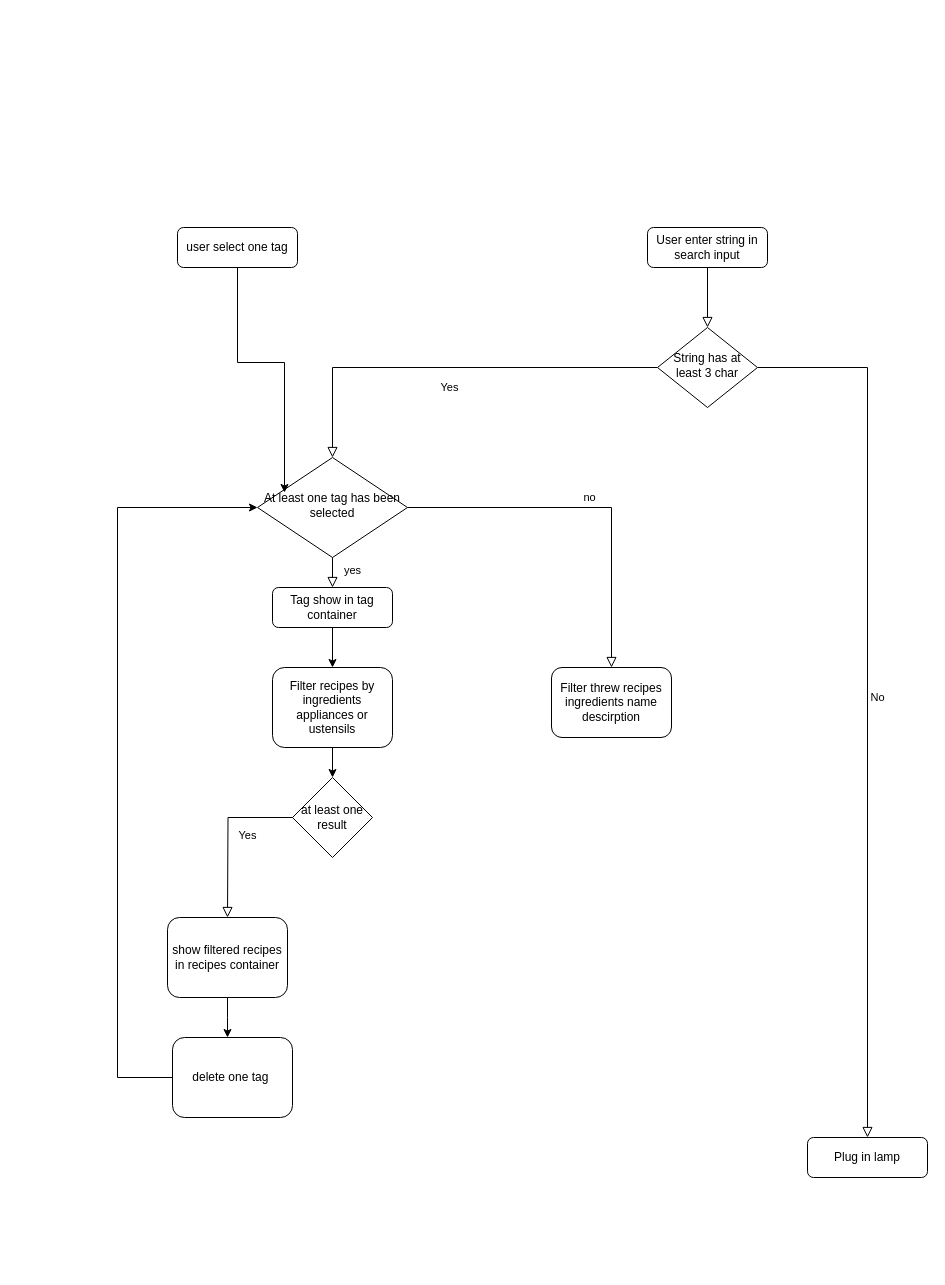
The draw.io diagram algo.drawio in alexandretoullec/Petits_Plats_P7, before the edit. Source tidied: cells renumbered, new cells numbered last; positions are measured from the earlier drawing's top-left corner, leaving out a move shared by most shapes. Both pictures are drawn from the tidied source at 100%, with x=0, y=0 at pixel (117, 227).
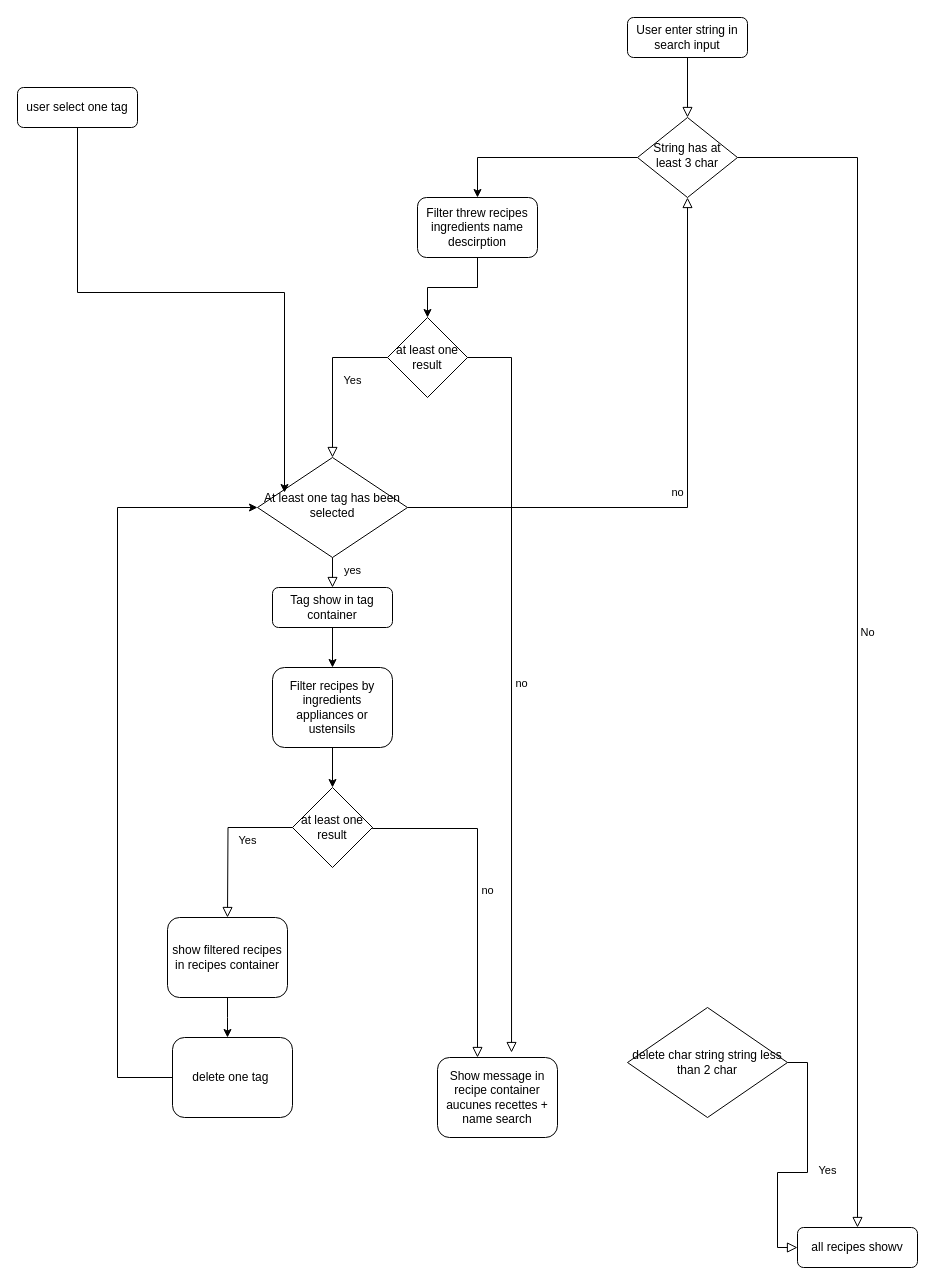
After the change.

Commit message (it also covers changes not shown here):
Mettre à jour algo.drawio

Unchanged cells that the change refers to:
```xml
<mxCell id="10" value="At least one tag has been selected" style="rhombus;whiteSpace=wrap;html=1;shadow=0;fontFamily=Helvetica;fontSize=12;align=center;strokeWidth=1;spacing=6;spacingTop=-4;" parent="1" vertex="1">
  <mxGeometry x="140" y="230" width="150" height="100" as="geometry" />
</mxCell>
```

Diff of the diagram source:
```diff
@@
     <mxCell id="3" value="User enter string in search input" style="rounded=1;whiteSpace=wrap;html=1;fontSize=12;glass=0;strokeWidth=1;shadow=0;" parent="1" vertex="1">
-      <mxGeometry x="530" width="120" height="40" as="geometry" />
+      <mxGeometry x="510" y="-210" width="120" height="40" as="geometry" />
     </mxCell>
-    <mxCell id="4" value="Yes" style="rounded=0;html=1;jettySize=auto;fontSize=11;endArrow=block;endFill=0;endSize=8;strokeWidth=1;shadow=0;labelBackgroundColor=none;edgeStyle=orthogonalEdgeStyle;" parent="1" edge="1" source="6" target="10">
-      <mxGeometry y="20" relative="1" as="geometry" />
-    </mxCell>
@@
+    <mxCell id="24" style="edgeStyle=orthogonalEdgeStyle;rounded=0;jettySize=auto;html=1;entryX=0.5;entryY=0;entryDx=0;entryDy=0;" parent="1" edge="1" source="6" target="13">
+      <mxGeometry relative="1" as="geometry" />
+    </mxCell>
     <mxCell id="6" value="String has at least 3 char" style="rhombus;whiteSpace=wrap;html=1;shadow=0;fontFamily=Helvetica;fontSize=12;align=center;strokeWidth=1;spacing=6;spacingTop=-4;" parent="1" vertex="1">
-      <mxGeometry x="540" y="100" width="100" height="80" as="geometry" />
+      <mxGeometry x="520" y="-110" width="100" height="80" as="geometry" />
     </mxCell>
-    <mxCell id="7" value="Plug in lamp" style="rounded=1;whiteSpace=wrap;html=1;fontSize=12;glass=0;strokeWidth=1;shadow=0;" parent="1" vertex="1">
-      <mxGeometry x="690" y="910" width="120" height="40" as="geometry" />
+    <mxCell id="7" value="all recipes showv" style="rounded=1;whiteSpace=wrap;html=1;fontSize=12;glass=0;strokeWidth=1;shadow=0;" parent="1" vertex="1">
+      <mxGeometry x="680" y="1000" width="120" height="40" as="geometry" />
     </mxCell>
@@
-    <mxCell id="9" value="no" style="edgeStyle=orthogonalEdgeStyle;rounded=0;html=1;jettySize=auto;fontSize=11;endArrow=block;endFill=0;endSize=8;strokeWidth=1;shadow=0;labelBackgroundColor=none;" parent="1" edge="1" source="10" target="13">
+    <mxCell id="9" value="no" style="edgeStyle=orthogonalEdgeStyle;rounded=0;html=1;jettySize=auto;fontSize=11;endArrow=block;endFill=0;endSize=8;strokeWidth=1;shadow=0;labelBackgroundColor=none;entryX=0.5;entryY=1;entryDx=0;entryDy=0;" parent="1" edge="1" source="10" target="6">
       <mxGeometry y="10" relative="1" as="geometry" />
     </mxCell>
@@
-    <mxCell id="13" value="Filter threw recipes ingredients name descirption" style="rounded=1;whiteSpace=wrap;html=1;fontSize=12;glass=0;strokeWidth=1;shadow=0;" parent="1" vertex="1">
-      <mxGeometry x="434" y="440" width="120" height="70" as="geometry" />
-    </mxCell>
@@
     <mxCell id="15" value="user select one tag" style="rounded=1;whiteSpace=wrap;html=1;fontSize=12;glass=0;strokeWidth=1;shadow=0;" parent="1" vertex="1">
-      <mxGeometry x="60" width="120" height="40" as="geometry" />
+      <mxGeometry x="-100" y="-140" width="120" height="40" as="geometry" />
     </mxCell>
@@
     <mxCell id="18" value="at least one result" style="rhombus;whiteSpace=wrap;html=1;" parent="1" vertex="1">
-      <mxGeometry x="175" y="550" width="80" height="80" as="geometry" />
+      <mxGeometry x="175" y="560" width="80" height="80" as="geometry" />
     </mxCell>
@@
+    <mxCell id="25" value="no" style="edgeStyle=orthogonalEdgeStyle;rounded=0;html=1;jettySize=auto;fontSize=11;endArrow=block;endFill=0;endSize=8;strokeWidth=1;shadow=0;labelBackgroundColor=none;" parent="1" edge="1" target="26">
+      <mxGeometry y="10" relative="1" as="geometry">
+        <mxPoint x="255" y="600" as="sourcePoint" />
+        <Array as="points">
+          <mxPoint x="255" y="601" />
+          <mxPoint x="360" y="601" />
+        </Array>
+      </mxGeometry>
+    </mxCell>
+    <mxCell id="26" value="Show message in recipe container aucunes recettes + name search" style="rounded=1;whiteSpace=wrap;html=1;fontSize=12;glass=0;strokeWidth=1;shadow=0;" parent="1" vertex="1">
+      <mxGeometry x="320" y="830" width="120" height="80" as="geometry" />
+    </mxCell>
+    <mxCell id="27" value="delete char string string less than 2 char" style="rhombus;whiteSpace=wrap;html=1;" parent="1" vertex="1">
+      <mxGeometry x="510" y="780" width="160" height="110" as="geometry" />
+    </mxCell>
+    <mxCell id="28" value="Yes" style="rounded=0;html=1;jettySize=auto;fontSize=11;endArrow=block;endFill=0;endSize=8;strokeWidth=1;shadow=0;labelBackgroundColor=none;edgeStyle=orthogonalEdgeStyle;exitX=1;exitY=0.5;exitDx=0;exitDy=0;entryX=0;entryY=0.5;entryDx=0;entryDy=0;" parent="1" edge="1" source="27" target="7">
+      <mxGeometry y="20" relative="1" as="geometry" />
+    </mxCell>
+    <mxCell id="29" style="edgeStyle=orthogonalEdgeStyle;rounded=0;jettySize=auto;html=1;entryX=0.5;entryY=0;entryDx=0;entryDy=0;" parent="1" edge="1" source="13" target="30">
+      <mxGeometry relative="1" as="geometry" />
+    </mxCell>
+    <mxCell id="13" value="Filter threw recipes ingredients name descirption" style="rounded=1;whiteSpace=wrap;html=1;fontSize=12;glass=0;strokeWidth=1;shadow=0;" parent="1" vertex="1">
+      <mxGeometry x="300" y="-30" width="120" height="60" as="geometry" />
+    </mxCell>
+    <mxCell id="30" value="at least one result" style="rhombus;whiteSpace=wrap;html=1;" parent="1" vertex="1">
+      <mxGeometry x="270" y="90" width="80" height="80" as="geometry" />
+    </mxCell>
+    <mxCell id="31" value="Yes" style="rounded=0;html=1;jettySize=auto;fontSize=11;endArrow=block;endFill=0;endSize=8;strokeWidth=1;shadow=0;labelBackgroundColor=none;edgeStyle=orthogonalEdgeStyle;entryX=0.5;entryY=0;entryDx=0;entryDy=0;exitX=0;exitY=0.5;exitDx=0;exitDy=0;" parent="1" edge="1" source="30" target="10">
+      <mxGeometry y="20" relative="1" as="geometry" />
+    </mxCell>
+    <mxCell id="32" value="no" style="edgeStyle=orthogonalEdgeStyle;rounded=0;html=1;jettySize=auto;fontSize=11;endArrow=block;endFill=0;endSize=8;strokeWidth=1;shadow=0;labelBackgroundColor=none;exitX=1;exitY=0.5;exitDx=0;exitDy=0;entryX=0.617;entryY=-0.062;entryDx=0;entryDy=0;entryPerimeter=0;" parent="1" edge="1" source="30" target="26">
+      <mxGeometry y="10" relative="1" as="geometry" />
+    </mxCell>
```
